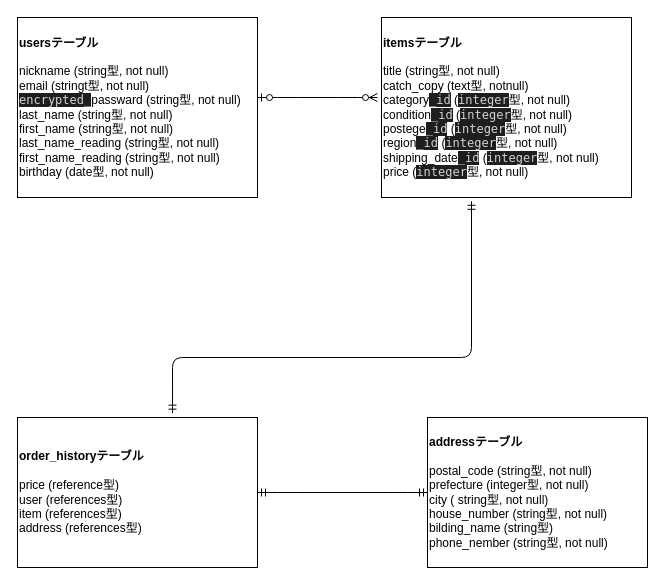
kie-yoshinaga/furima-36558 keeps this draw.io diagram as furima-36558.dio. Above is the earlier version. Source tidied: cells renumbered, new cells numbered last; positions are measured from the earlier drawing's top-left corner, leaving out a move shared by most shapes. Both pictures are drawn from the tidied source at 100%, with x=0, y=0 at pixel (17, 17).
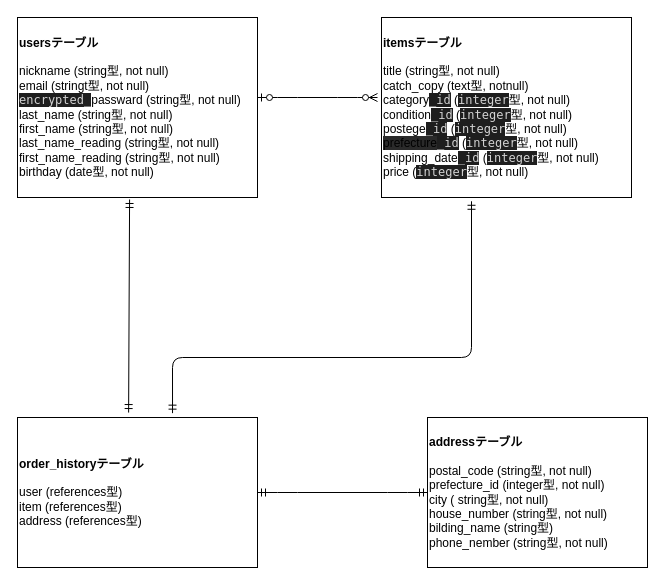
Above is the later version.

The edit, as a diff of the source:
```diff
@@
 <mxGraphModel>
   <root>
     <mxCell id="0" />
     <mxCell id="1" parent="0" />
     <mxCell id="2" value="&lt;b&gt;usersテーブル&lt;br&gt;&lt;/b&gt;&lt;br&gt;nickname (string型, not null)&lt;br&gt;email (stringt型, not null)&lt;br&gt;&lt;span style=&quot;background-color: rgb(30 , 30 , 30) ; color: rgb(212 , 212 , 212) ; font-family: &amp;#34;menlo&amp;#34; , &amp;#34;monaco&amp;#34; , &amp;#34;courier new&amp;#34; , monospace&quot;&gt;encrypted_&lt;/span&gt;passward (string型, not null)&lt;br&gt;last_name (string型, not null)&lt;br&gt;first_name (string型, not null)&lt;br&gt;last_name_reading (string型, not null)&lt;br&gt;first_name_reading (string型, not null)&lt;br&gt;&lt;div&gt;&lt;span&gt;birthday (date型, not null)&lt;/span&gt;&lt;/div&gt;" style="rounded=0;whiteSpace=wrap;html=1;align=left;" parent="1" vertex="1">
       <mxGeometry width="240" height="180" as="geometry" />
     </mxCell>
-    <mxCell id="3" value="&lt;b&gt;itemsテーブル&lt;/b&gt;&lt;br&gt;&lt;br&gt;title (string型, not null)&lt;br&gt;catch_copy (text型, notnull)&lt;br&gt;category&lt;span style=&quot;background-color: rgb(30 , 30 , 30) ; color: rgb(212 , 212 , 212) ; font-family: &amp;#34;menlo&amp;#34; , &amp;#34;monaco&amp;#34; , &amp;#34;courier new&amp;#34; , monospace&quot;&gt;_id&lt;/span&gt;&lt;span&gt;&amp;nbsp;(&lt;/span&gt;&lt;span style=&quot;background-color: rgb(30 , 30 , 30) ; color: rgb(212 , 212 , 212) ; font-family: &amp;#34;menlo&amp;#34; , &amp;#34;monaco&amp;#34; , &amp;#34;courier new&amp;#34; , monospace&quot;&gt;integer&lt;/span&gt;&lt;span&gt;型, not null)&lt;/span&gt;&lt;br&gt;condition&lt;span style=&quot;background-color: rgb(30 , 30 , 30) ; color: rgb(212 , 212 , 212) ; font-family: &amp;#34;menlo&amp;#34; , &amp;#34;monaco&amp;#34; , &amp;#34;courier new&amp;#34; , monospace&quot;&gt;_id&lt;/span&gt;&lt;span&gt;&amp;nbsp;(&lt;/span&gt;&lt;span style=&quot;background-color: rgb(30 , 30 , 30) ; color: rgb(212 , 212 , 212) ; font-family: &amp;#34;menlo&amp;#34; , &amp;#34;monaco&amp;#34; , &amp;#34;courier new&amp;#34; , monospace&quot;&gt;integer&lt;/span&gt;&lt;span&gt;型, not null)&lt;/span&gt;&lt;br&gt;postege&lt;span style=&quot;background-color: rgb(30 , 30 , 30) ; color: rgb(212 , 212 , 212) ; font-family: &amp;#34;menlo&amp;#34; , &amp;#34;monaco&amp;#34; , &amp;#34;courier new&amp;#34; , monospace&quot;&gt;_id&lt;/span&gt;&lt;span&gt;&amp;nbsp;(&lt;/span&gt;&lt;span style=&quot;background-color: rgb(30 , 30 , 30) ; color: rgb(212 , 212 , 212) ; font-family: &amp;#34;menlo&amp;#34; , &amp;#34;monaco&amp;#34; , &amp;#34;courier new&amp;#34; , monospace&quot;&gt;integer&lt;/span&gt;&lt;span&gt;型, not null)&lt;/span&gt;&lt;br&gt;region&lt;span style=&quot;background-color: rgb(30 , 30 , 30) ; color: rgb(212 , 212 , 212) ; font-family: &amp;#34;menlo&amp;#34; , &amp;#34;monaco&amp;#34; , &amp;#34;courier new&amp;#34; , monospace&quot;&gt;_id&lt;/span&gt;&lt;span&gt;&amp;nbsp;(&lt;/span&gt;&lt;span style=&quot;background-color: rgb(30 , 30 , 30) ; color: rgb(212 , 212 , 212) ; font-family: &amp;#34;menlo&amp;#34; , &amp;#34;monaco&amp;#34; , &amp;#34;courier new&amp;#34; , monospace&quot;&gt;integer&lt;/span&gt;&lt;span&gt;型, not null)&lt;/span&gt;&lt;br&gt;shipping_date&lt;span style=&quot;background-color: rgb(30 , 30 , 30) ; color: rgb(212 , 212 , 212) ; font-family: &amp;#34;menlo&amp;#34; , &amp;#34;monaco&amp;#34; , &amp;#34;courier new&amp;#34; , monospace&quot;&gt;_id&lt;/span&gt;&lt;span&gt;&amp;nbsp;(&lt;/span&gt;&lt;span style=&quot;background-color: rgb(30 , 30 , 30) ; color: rgb(212 , 212 , 212) ; font-family: &amp;#34;menlo&amp;#34; , &amp;#34;monaco&amp;#34; , &amp;#34;courier new&amp;#34; , monospace&quot;&gt;integer&lt;/span&gt;&lt;span&gt;型, not null)&lt;/span&gt;&lt;br&gt;price (&lt;span style=&quot;background-color: rgb(30 , 30 , 30) ; color: rgb(212 , 212 , 212) ; font-family: &amp;#34;menlo&amp;#34; , &amp;#34;monaco&amp;#34; , &amp;#34;courier new&amp;#34; , monospace&quot;&gt;integer&lt;/span&gt;&lt;span&gt;型, not null)&lt;/span&gt;" style="rounded=0;whiteSpace=wrap;html=1;align=left;" parent="1" vertex="1">
+    <mxCell id="3" value="&lt;b&gt;itemsテーブル&lt;/b&gt;&lt;br&gt;&lt;br&gt;title (string型, not null)&lt;br&gt;catch_copy (text型, notnull)&lt;br&gt;category&lt;span style=&quot;background-color: rgb(30 , 30 , 30) ; color: rgb(212 , 212 , 212) ; font-family: &amp;#34;menlo&amp;#34; , &amp;#34;monaco&amp;#34; , &amp;#34;courier new&amp;#34; , monospace&quot;&gt;_id&lt;/span&gt;&amp;nbsp;(&lt;span style=&quot;background-color: rgb(30 , 30 , 30) ; color: rgb(212 , 212 , 212) ; font-family: &amp;#34;menlo&amp;#34; , &amp;#34;monaco&amp;#34; , &amp;#34;courier new&amp;#34; , monospace&quot;&gt;integer&lt;/span&gt;型, not null)&lt;br&gt;condition&lt;span style=&quot;background-color: rgb(30 , 30 , 30) ; color: rgb(212 , 212 , 212) ; font-family: &amp;#34;menlo&amp;#34; , &amp;#34;monaco&amp;#34; , &amp;#34;courier new&amp;#34; , monospace&quot;&gt;_id&lt;/span&gt;&amp;nbsp;(&lt;span style=&quot;background-color: rgb(30 , 30 , 30) ; color: rgb(212 , 212 , 212) ; font-family: &amp;#34;menlo&amp;#34; , &amp;#34;monaco&amp;#34; , &amp;#34;courier new&amp;#34; , monospace&quot;&gt;integer&lt;/span&gt;型, not null)&lt;br&gt;postege&lt;span style=&quot;background-color: rgb(30 , 30 , 30) ; color: rgb(212 , 212 , 212) ; font-family: &amp;#34;menlo&amp;#34; , &amp;#34;monaco&amp;#34; , &amp;#34;courier new&amp;#34; , monospace&quot;&gt;_id&lt;/span&gt;&amp;nbsp;(&lt;span style=&quot;background-color: rgb(30 , 30 , 30) ; color: rgb(212 , 212 , 212) ; font-family: &amp;#34;menlo&amp;#34; , &amp;#34;monaco&amp;#34; , &amp;#34;courier new&amp;#34; , monospace&quot;&gt;integer&lt;/span&gt;型, not null)&lt;br&gt;&lt;span style=&quot;background-color: rgb(42 , 42 , 42)&quot;&gt;prefecture&lt;/span&gt;&lt;span style=&quot;background-color: rgb(30 , 30 , 30) ; color: rgb(212 , 212 , 212) ; font-family: &amp;#34;menlo&amp;#34; , &amp;#34;monaco&amp;#34; , &amp;#34;courier new&amp;#34; , monospace&quot;&gt;_id&lt;/span&gt;&amp;nbsp;(&lt;span style=&quot;background-color: rgb(30 , 30 , 30) ; color: rgb(212 , 212 , 212) ; font-family: &amp;#34;menlo&amp;#34; , &amp;#34;monaco&amp;#34; , &amp;#34;courier new&amp;#34; , monospace&quot;&gt;integer&lt;/span&gt;型, not null)&lt;br&gt;shipping_date&lt;span style=&quot;background-color: rgb(30 , 30 , 30) ; color: rgb(212 , 212 , 212) ; font-family: &amp;#34;menlo&amp;#34; , &amp;#34;monaco&amp;#34; , &amp;#34;courier new&amp;#34; , monospace&quot;&gt;_id&lt;/span&gt;&amp;nbsp;(&lt;span style=&quot;background-color: rgb(30 , 30 , 30) ; color: rgb(212 , 212 , 212) ; font-family: &amp;#34;menlo&amp;#34; , &amp;#34;monaco&amp;#34; , &amp;#34;courier new&amp;#34; , monospace&quot;&gt;integer&lt;/span&gt;型, not null)&lt;br&gt;price (&lt;span style=&quot;background-color: rgb(30 , 30 , 30) ; color: rgb(212 , 212 , 212) ; font-family: &amp;#34;menlo&amp;#34; , &amp;#34;monaco&amp;#34; , &amp;#34;courier new&amp;#34; , monospace&quot;&gt;integer&lt;/span&gt;型, not null)" style="rounded=0;whiteSpace=wrap;html=1;align=left;" parent="1" vertex="1">
       <mxGeometry x="364" width="250" height="180" as="geometry" />
     </mxCell>
-    <mxCell id="4" value="&lt;b&gt;order_historyテーブル&lt;/b&gt;&lt;br&gt;&lt;br&gt;price (reference型)&lt;br&gt;user (references型)&lt;br&gt;item (references型)&lt;br&gt;address (references型)" style="rounded=0;whiteSpace=wrap;html=1;align=left;" parent="1" vertex="1">
+    <mxCell id="4" value="&lt;b&gt;order_historyテーブル&lt;/b&gt;&lt;br&gt;&lt;br&gt;user (references型)&lt;br&gt;item (references型)&lt;br&gt;address (references型)" style="rounded=0;whiteSpace=wrap;html=1;align=left;" parent="1" vertex="1">
       <mxGeometry y="400" width="240" height="150" as="geometry" />
     </mxCell>
-    <mxCell id="5" value="&lt;b&gt;addressテーブル&lt;/b&gt;&lt;br&gt;&lt;br&gt;postal_code (string型, not null)&lt;br&gt;prefecture (integer型, not null)&lt;br&gt;city ( string型, not null)&lt;br&gt;house_number (string型, not null)&lt;br&gt;bilding_name (string型)&lt;br&gt;phone_nember (string型, not null)" style="rounded=0;whiteSpace=wrap;html=1;align=left;" parent="1" vertex="1">
+    <mxCell id="5" value="&lt;b&gt;addressテーブル&lt;/b&gt;&lt;br&gt;&lt;br&gt;postal_code (string型, not null)&lt;br&gt;prefecture_id (integer型, not null)&lt;br&gt;city ( string型, not null)&lt;br&gt;house_number (string型, not null)&lt;br&gt;bilding_name (string型)&lt;br&gt;phone_nember (string型, not null)" style="rounded=0;whiteSpace=wrap;html=1;align=left;" parent="1" vertex="1">
       <mxGeometry x="410" y="400" width="220" height="150" as="geometry" />
     </mxCell>
     <mxCell id="6" style="edgeStyle=entityRelationEdgeStyle;fontSize=12;html=1;endArrow=ERzeroToMany;startArrow=ERzeroToOne;" parent="1" edge="1">
       <mxGeometry relative="1" as="geometry">
         <mxPoint x="240" y="80" as="sourcePoint" />
         <mxPoint x="360" y="80" as="targetPoint" />
       </mxGeometry>
     </mxCell>
     <mxCell id="7" style="edgeStyle=entityRelationEdgeStyle;fontSize=12;html=1;endArrow=ERmandOne;startArrow=ERmandOne;exitX=1;exitY=0.5;exitDx=0;exitDy=0;entryX=0;entryY=0.5;entryDx=0;entryDy=0;" parent="1" edge="1" source="4" target="5">
       <mxGeometry relative="1" as="geometry" />
     </mxCell>
     <mxCell id="8" style="edgeStyle=orthogonalEdgeStyle;fontSize=12;html=1;endArrow=ERmandOne;startArrow=ERmandOne;exitX=0.646;exitY=-0.029;exitDx=0;exitDy=0;exitPerimeter=0;entryX=0.36;entryY=1.021;entryDx=0;entryDy=0;entryPerimeter=0;" parent="1" edge="1" source="4" target="3">
       <mxGeometry relative="1" as="geometry">
         <Array as="points">
           <mxPoint x="155" y="340" />
           <mxPoint x="454" y="340" />
         </Array>
       </mxGeometry>
     </mxCell>
+    <mxCell id="9" style="fontSize=12;html=1;endArrow=ERmandOne;startArrow=ERmandOne;entryX=0.467;entryY=1.011;entryDx=0;entryDy=0;entryPerimeter=0;exitX=0.463;exitY=-0.033;exitDx=0;exitDy=0;exitPerimeter=0;" parent="1" edge="1" source="4" target="2">
+      <mxGeometry relative="1" as="geometry" />
+    </mxCell>
   </root>
 </mxGraphModel>
```
